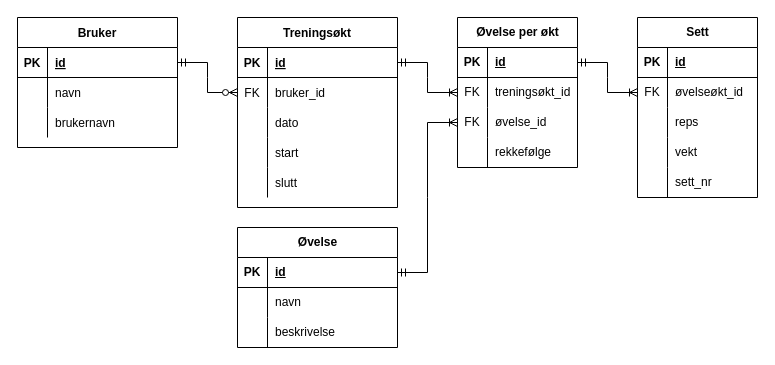
Above: Datamodell.drawio in nikirack/prosjekt-arbeid (draw.io), before the change. Source tidied: cells renumbered, new cells numbered last; positions are measured from the earlier drawing's top-left corner, leaving out a move shared by most shapes. Both pictures are drawn from the tidied source at 100%, with x=0, y=0 at pixel (17, 17).
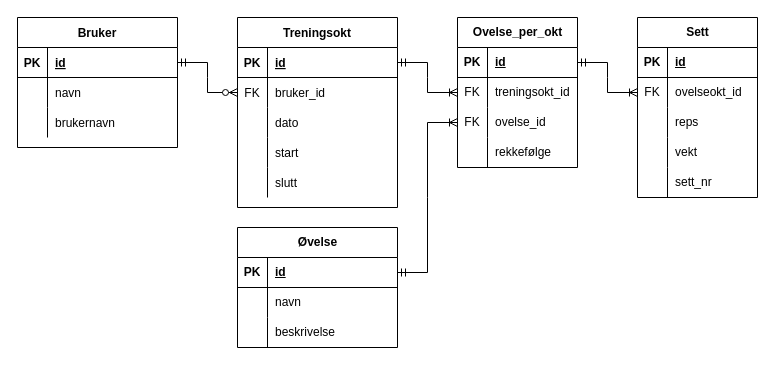
After the change.

The change refers to these unchanged cells:
```xml
<mxCell id="32" style="shape=tableRow;horizontal=0;startSize=0;swimlaneHead=0;swimlaneBody=0;fillColor=none;points=[[0,0.5],[1,0.5]];portConstraint=eastwest;top=0;left=0;right=0;bottom=0;" parent="28" vertex="1">
  <mxGeometry y="60" width="120" height="30" as="geometry" />
</mxCell>
<mxCell id="49" style="shape=tableRow;horizontal=0;startSize=0;swimlaneHead=0;swimlaneBody=0;fillColor=none;points=[[0,0.5],[1,0.5]];portConstraint=eastwest;top=0;left=0;right=0;bottom=0;" parent="45" vertex="1">
  <mxGeometry y="60" width="120" height="30" as="geometry" />
</mxCell>
<mxCell id="52" style="shape=tableRow;horizontal=0;startSize=0;swimlaneHead=0;swimlaneBody=0;fillColor=none;points=[[0,0.5],[1,0.5]];portConstraint=eastwest;top=0;left=0;right=0;bottom=0;" parent="45" vertex="1">
  <mxGeometry y="90" width="120" height="30" as="geometry" />
</mxCell>
```

Change to the diagram source:
```diff
@@
-    <mxCell id="12" value="Treningsøkt" style="shape=table;startSize=30;childLayout=tableLayout;rowLines=0;fontStyle=1;align=center;" parent="1" vertex="1">
+    <mxCell id="12" value="Treningsokt" style="shape=table;startSize=30;childLayout=tableLayout;rowLines=0;fontStyle=1;align=center;" parent="1" vertex="1">
       <mxGeometry x="220" width="160" height="190" as="geometry" />
     </mxCell>
@@
-    <mxCell id="34" value="øvelseøkt_id" style="shape=partialRectangle;fillColor=none;top=0;left=0;bottom=0;right=0;align=left;spacingLeft=6;overflow=hidden;whiteSpace=wrap;html=1;" parent="32" vertex="1">
+    <mxCell id="34" value="ovelseokt_id" style="shape=partialRectangle;fillColor=none;top=0;left=0;bottom=0;right=0;align=left;spacingLeft=6;overflow=hidden;whiteSpace=wrap;html=1;" parent="32" vertex="1">
       <mxGeometry x="30" width="90" height="30" as="geometry" />
     </mxCell>
@@
-    <mxCell id="45" value="Øvelse per økt" style="shape=table;startSize=30;childLayout=tableLayout;rowLines=0;fontStyle=1;align=center;html=1;" parent="1" vertex="1">
+    <mxCell id="45" value="Ovelse_per_okt" style="shape=table;startSize=30;childLayout=tableLayout;rowLines=0;fontStyle=1;align=center;html=1;" parent="1" vertex="1">
       <mxGeometry x="440" width="120" height="150" as="geometry" />
     </mxCell>
@@
-    <mxCell id="51" value="treningsøkt_id" style="shape=partialRectangle;fillColor=none;top=0;left=0;bottom=0;right=0;align=left;spacingLeft=6;overflow=hidden;whiteSpace=wrap;html=1;" parent="49" vertex="1">
+    <mxCell id="51" value="treningsokt_id" style="shape=partialRectangle;fillColor=none;top=0;left=0;bottom=0;right=0;align=left;spacingLeft=6;overflow=hidden;whiteSpace=wrap;html=1;" parent="49" vertex="1">
       <mxGeometry x="30" width="90" height="30" as="geometry" />
     </mxCell>
@@
-    <mxCell id="54" value="øvelse_id" style="shape=partialRectangle;fillColor=none;top=0;left=0;bottom=0;right=0;align=left;spacingLeft=6;overflow=hidden;whiteSpace=wrap;html=1;" parent="52" vertex="1">
+    <mxCell id="54" value="ovelse_id" style="shape=partialRectangle;fillColor=none;top=0;left=0;bottom=0;right=0;align=left;spacingLeft=6;overflow=hidden;whiteSpace=wrap;html=1;" parent="52" vertex="1">
       <mxGeometry x="30" width="90" height="30" as="geometry" />
     </mxCell>
```
